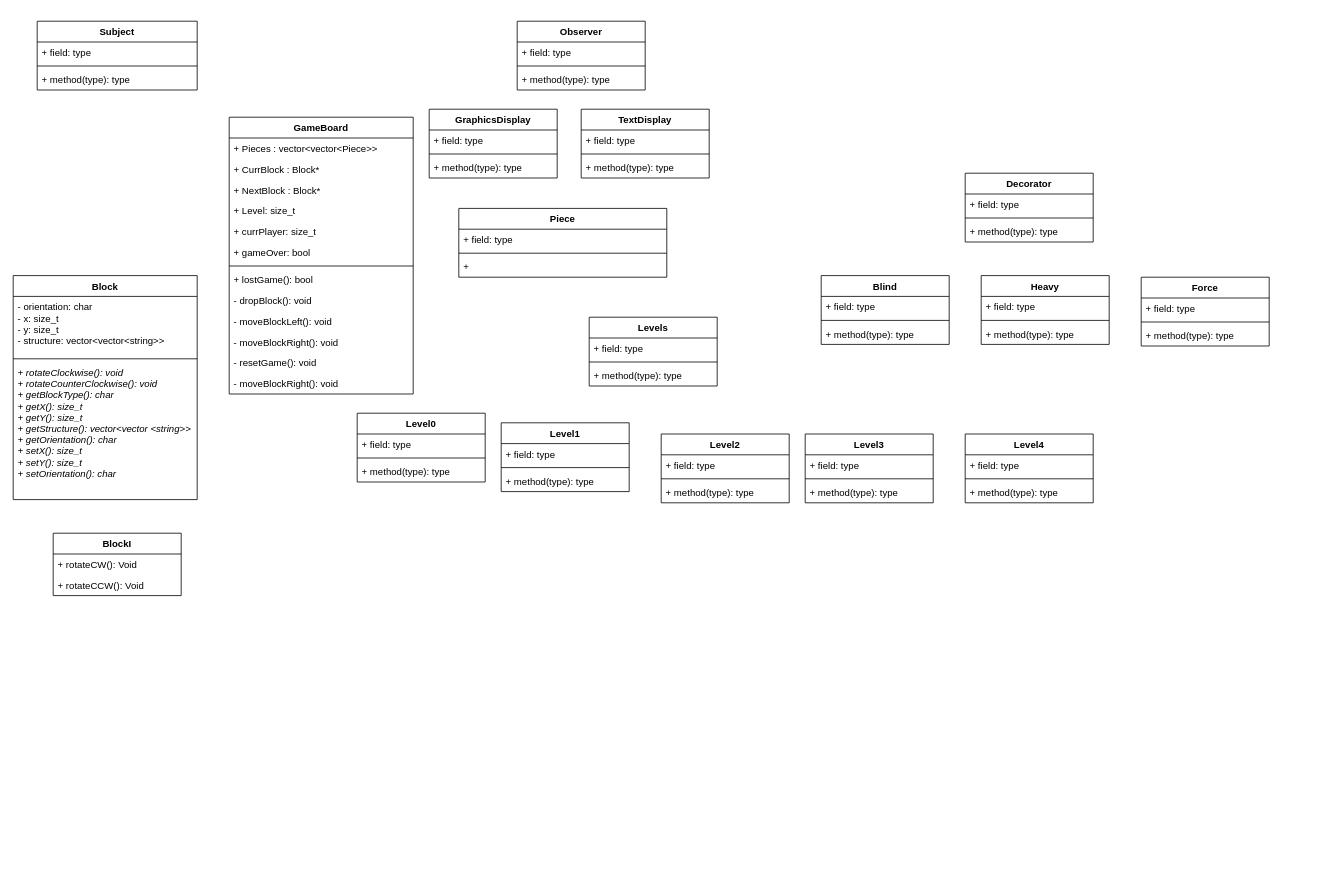
Before: UML.drawio in velomafinsights/biquadris, a draw.io diagram. Source tidied: cells renumbered, new cells numbered last; positions are measured from the earlier drawing's top-left corner, leaving out a move shared by most shapes. Both pictures are drawn from the tidied source at 80%, with x=0, y=0 at pixel (13, 21).
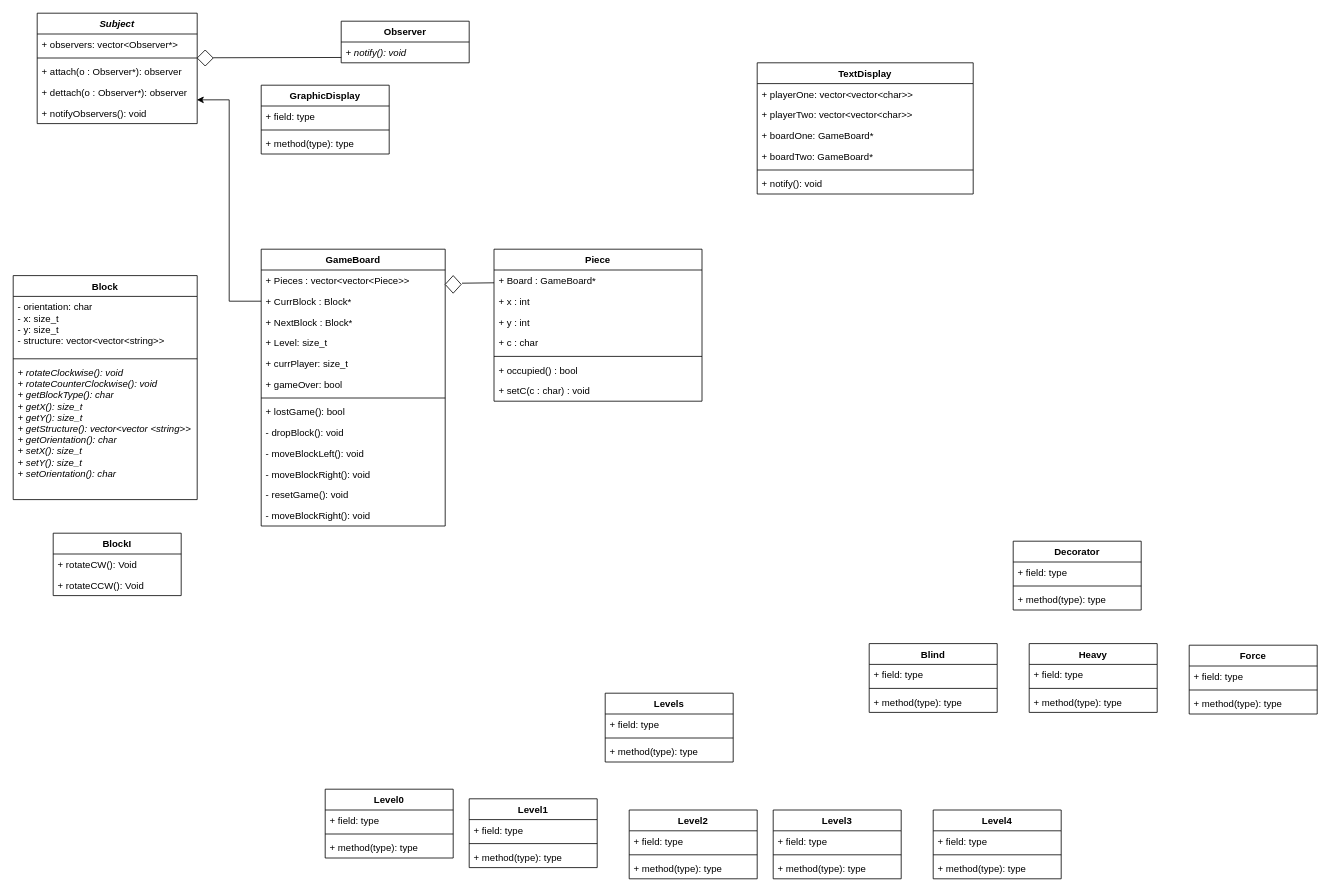
The same diagram, later.

The change refers to these unchanged cells:
```xml
<mxCell id="20" value="+ CurrBlock : Block*" style="text;strokeColor=none;fillColor=none;align=left;verticalAlign=top;spacingLeft=4;spacingRight=4;overflow=hidden;points=[[0,0.5],[1,0.5]];portConstraint=eastwest;" parent="18" vertex="1">
  <mxGeometry y="52" width="230" height="26" as="geometry" />
</mxCell>
```

Diff of the diagram source:
```diff
@@
-    <mxCell id="2" value="Subject" style="swimlane;fontStyle=1;align=center;verticalAlign=top;horizontal=1;startSize=26;" parent="1" vertex="1">
-      <mxGeometry x="30" width="200" height="86" as="geometry" />
+    <mxCell id="2" value="Subject" style="swimlane;fontStyle=3;align=center;verticalAlign=top;horizontal=1;startSize=26;" parent="1" vertex="1">
+      <mxGeometry x="30" y="-10" width="200" height="138" as="geometry" />
     </mxCell>
-    <mxCell id="3" value="+ field: type" style="text;strokeColor=none;fillColor=none;align=left;verticalAlign=top;spacingLeft=4;spacingRight=4;overflow=hidden;" parent="2" vertex="1">
+    <mxCell id="3" value="+ observers: vector&lt;Observer*&gt;" style="text;strokeColor=none;fillColor=none;align=left;verticalAlign=top;spacingLeft=4;spacingRight=4;overflow=hidden;" parent="2" vertex="1">
       <mxGeometry y="26" width="200" height="26" as="geometry" />
     </mxCell>
@@
-    <mxCell id="5" value="+ method(type): type" style="text;strokeColor=none;fillColor=none;align=left;verticalAlign=top;spacingLeft=4;spacingRight=4;overflow=hidden;" parent="2" vertex="1">
-      <mxGeometry y="60" width="200" height="26" as="geometry" />
-    </mxCell>
+    <mxCell id="83" value="+ attach(o : Observer*): observer" style="text;strokeColor=none;fillColor=none;align=left;verticalAlign=top;spacingLeft=4;spacingRight=4;overflow=hidden;" parent="2" vertex="1">
+      <mxGeometry y="60" width="200" height="26" as="geometry" />
+    </mxCell>
+    <mxCell id="84" value="+ dettach(o : Observer*): observer" style="text;strokeColor=none;fillColor=none;align=left;verticalAlign=top;spacingLeft=4;spacingRight=4;overflow=hidden;points=[[0,0.5],[1,0.5]];portConstraint=eastwest;" parent="2" vertex="1">
+      <mxGeometry y="86" width="200" height="26" as="geometry" />
+    </mxCell>
+    <mxCell id="85" value="+ notifyObservers(): void" style="text;strokeColor=none;fillColor=none;align=left;verticalAlign=top;spacingLeft=4;spacingRight=4;overflow=hidden;" parent="2" vertex="1">
+      <mxGeometry y="112" width="200" height="26" as="geometry" />
+    </mxCell>
     <mxCell id="6" value="Observer&#10;" style="swimlane;fontStyle=1;align=center;verticalAlign=top;horizontal=1;startSize=26;" parent="1" vertex="1">
-      <mxGeometry x="630" width="160" height="86" as="geometry" />
+      <mxGeometry x="410" width="160" height="52" as="geometry" />
     </mxCell>
-    <mxCell id="7" value="+ field: type" style="text;strokeColor=none;fillColor=none;align=left;verticalAlign=top;spacingLeft=4;spacingRight=4;overflow=hidden;" parent="6" vertex="1">
-      <mxGeometry y="26" width="160" height="26" as="geometry" />
-    </mxCell>
-    <mxCell id="8" style="line;strokeWidth=1;fillColor=none;align=left;verticalAlign=middle;spacingTop=-1;spacingLeft=3;spacingRight=3;labelPosition=right;strokeColor=inherit;" parent="6" vertex="1">
-      <mxGeometry y="52" width="160" height="8" as="geometry" />
-    </mxCell>
-    <mxCell id="9" value="+ method(type): type" style="text;strokeColor=none;fillColor=none;align=left;verticalAlign=top;spacingLeft=4;spacingRight=4;overflow=hidden;points=[[0,0.5],[1,0.5]];portConstraint=eastwest;" parent="6" vertex="1">
-      <mxGeometry y="60" width="160" height="26" as="geometry" />
+    <mxCell id="9" value="+ notify(): void" style="text;strokeColor=none;fillColor=none;align=left;verticalAlign=top;spacingLeft=4;spacingRight=4;overflow=hidden;points=[[0,0.5],[1,0.5]];portConstraint=eastwest;fontStyle=2;" parent="6" vertex="1">
+      <mxGeometry y="26" width="160" height="26" as="geometry" />
     </mxCell>
-    <mxCell id="10" value="GraphicsDisplay&#10;" style="swimlane;fontStyle=1;align=center;verticalAlign=top;horizontal=1;startSize=26;" parent="1" vertex="1">
-      <mxGeometry x="520" y="110" width="160" height="86" as="geometry" />
+    <mxCell id="10" value="GraphicDisplay&#10;" style="swimlane;fontStyle=1;align=center;verticalAlign=top;horizontal=1;startSize=26;" parent="1" vertex="1">
+      <mxGeometry x="310" y="80" width="160" height="86" as="geometry" />
     </mxCell>
@@
     <mxCell id="14" value="TextDisplay&#10;" style="swimlane;fontStyle=1;align=center;verticalAlign=top;horizontal=1;startSize=26;" parent="1" vertex="1">
-      <mxGeometry x="710" y="110" width="160" height="86" as="geometry" />
+      <mxGeometry x="930" y="52" width="270" height="164" as="geometry" />
     </mxCell>
-    <mxCell id="15" value="+ field: type" style="text;strokeColor=none;fillColor=none;align=left;verticalAlign=top;spacingLeft=4;spacingRight=4;overflow=hidden;" parent="14" vertex="1">
-      <mxGeometry y="26" width="160" height="26" as="geometry" />
+    <mxCell id="15" value="+ playerOne: vector&lt;vector&lt;char&gt;&gt;" style="text;strokeColor=none;fillColor=none;align=left;verticalAlign=top;spacingLeft=4;spacingRight=4;overflow=hidden;" parent="14" vertex="1">
+      <mxGeometry y="26" width="270" height="26" as="geometry" />
     </mxCell>
+    <mxCell id="86" value="+ playerTwo: vector&lt;vector&lt;char&gt;&gt;" style="text;strokeColor=none;fillColor=none;align=left;verticalAlign=top;spacingLeft=4;spacingRight=4;overflow=hidden;" parent="14" vertex="1">
+      <mxGeometry y="52" width="270" height="26" as="geometry" />
+    </mxCell>
+    <mxCell id="87" value="+ boardOne: GameBoard*" style="text;strokeColor=none;fillColor=none;align=left;verticalAlign=top;spacingLeft=4;spacingRight=4;overflow=hidden;" parent="14" vertex="1">
+      <mxGeometry y="78" width="270" height="26" as="geometry" />
+    </mxCell>
+    <mxCell id="88" value="+ boardTwo: GameBoard*" style="text;strokeColor=none;fillColor=none;align=left;verticalAlign=top;spacingLeft=4;spacingRight=4;overflow=hidden;" parent="14" vertex="1">
+      <mxGeometry y="104" width="270" height="26" as="geometry" />
+    </mxCell>
     <mxCell id="16" style="line;strokeWidth=1;fillColor=none;align=left;verticalAlign=middle;spacingTop=-1;spacingLeft=3;spacingRight=3;labelPosition=right;strokeColor=inherit;" parent="14" vertex="1">
-      <mxGeometry y="52" width="160" height="8" as="geometry" />
+      <mxGeometry y="130" width="270" height="8" as="geometry" />
     </mxCell>
-    <mxCell id="17" value="+ method(type): type" style="text;strokeColor=none;fillColor=none;align=left;verticalAlign=top;spacingLeft=4;spacingRight=4;overflow=hidden;" parent="14" vertex="1">
-      <mxGeometry y="60" width="160" height="26" as="geometry" />
+    <mxCell id="17" value="+ notify(): void" style="text;strokeColor=none;fillColor=none;align=left;verticalAlign=top;spacingLeft=4;spacingRight=4;overflow=hidden;" parent="14" vertex="1">
+      <mxGeometry y="138" width="270" height="26" as="geometry" />
     </mxCell>
     <mxCell id="18" value="GameBoard" style="swimlane;fontStyle=1;align=center;verticalAlign=top;horizontal=1;startSize=26;" parent="1" vertex="1">
-      <mxGeometry x="270" y="120" width="230" height="346" as="geometry" />
+      <mxGeometry x="310" y="285" width="230" height="346" as="geometry" />
     </mxCell>
@@
     <mxCell id="39" value="Levels" style="swimlane;fontStyle=1;align=center;verticalAlign=top;horizontal=1;startSize=26;" parent="1" vertex="1">
-      <mxGeometry x="720" y="370" width="160" height="86" as="geometry" />
+      <mxGeometry x="740" y="840" width="160" height="86" as="geometry" />
     </mxCell>
@@
     <mxCell id="43" value="Decorator&#10;" style="swimlane;fontStyle=1;align=center;verticalAlign=top;horizontal=1;startSize=26;" parent="1" vertex="1">
-      <mxGeometry x="1190" y="190" width="160" height="86" as="geometry" />
+      <mxGeometry x="1250" y="650" width="160" height="86" as="geometry" />
     </mxCell>
@@
     <mxCell id="47" value="Piece" style="swimlane;fontStyle=1;align=center;verticalAlign=top;horizontal=1;startSize=26;" parent="1" vertex="1">
-      <mxGeometry x="557" y="234" width="260" height="86" as="geometry" />
+      <mxGeometry x="601" y="285" width="260" height="190" as="geometry" />
     </mxCell>
-    <mxCell id="48" value="+ field: type" style="text;strokeColor=none;fillColor=none;align=left;verticalAlign=top;spacingLeft=4;spacingRight=4;overflow=hidden;" parent="47" vertex="1">
+    <mxCell id="48" value="+ Board : GameBoard*" style="text;strokeColor=none;fillColor=none;align=left;verticalAlign=top;spacingLeft=4;spacingRight=4;overflow=hidden;" parent="47" vertex="1">
       <mxGeometry y="26" width="260" height="26" as="geometry" />
     </mxCell>
+    <mxCell id="89" style="endArrow=none;html=1;rounded=0;" parent="47" edge="1">
+      <mxGeometry relative="1" as="geometry">
+        <mxPoint x="-40" y="42.5" as="sourcePoint" />
+        <mxPoint y="42" as="targetPoint" />
+      </mxGeometry>
+    </mxCell>
+    <mxCell id="90" value="+ x : int" style="text;strokeColor=none;fillColor=none;align=left;verticalAlign=top;spacingLeft=4;spacingRight=4;overflow=hidden;" parent="47" vertex="1">
+      <mxGeometry y="52" width="260" height="26" as="geometry" />
+    </mxCell>
+    <mxCell id="91" value="+ y : int" style="text;strokeColor=none;fillColor=none;align=left;verticalAlign=top;spacingLeft=4;spacingRight=4;overflow=hidden;" parent="47" vertex="1">
+      <mxGeometry y="78" width="260" height="26" as="geometry" />
+    </mxCell>
+    <mxCell id="92" value="+ c : char" style="text;strokeColor=none;fillColor=none;align=left;verticalAlign=top;spacingLeft=4;spacingRight=4;overflow=hidden;" parent="47" vertex="1">
+      <mxGeometry y="104" width="260" height="26" as="geometry" />
+    </mxCell>
     <mxCell id="49" style="line;strokeWidth=1;fillColor=none;align=left;verticalAlign=middle;spacingTop=-1;spacingLeft=3;spacingRight=3;labelPosition=right;strokeColor=inherit;" parent="47" vertex="1">
-      <mxGeometry y="52" width="260" height="8" as="geometry" />
+      <mxGeometry y="130" width="260" height="8" as="geometry" />
     </mxCell>
+    <mxCell id="93" value="+ occupied() : bool" style="text;strokeColor=none;fillColor=none;align=left;verticalAlign=top;spacingLeft=4;spacingRight=4;overflow=hidden;" parent="47" vertex="1">
+      <mxGeometry y="138" width="260" height="26" as="geometry" />
+    </mxCell>
-    <mxCell id="50" value="+ " style="text;strokeColor=none;fillColor=none;align=left;verticalAlign=top;spacingLeft=4;spacingRight=4;overflow=hidden;" parent="47" vertex="1">
-      <mxGeometry y="60" width="260" height="26" as="geometry" />
+    <mxCell id="50" value="+ setC(c : char) : void" style="text;strokeColor=none;fillColor=none;align=left;verticalAlign=top;spacingLeft=4;spacingRight=4;overflow=hidden;" parent="47" vertex="1">
+      <mxGeometry y="164" width="260" height="26" as="geometry" />
     </mxCell>
     <mxCell id="51" value="Level0" style="swimlane;fontStyle=1;align=center;verticalAlign=top;horizontal=1;startSize=26;" parent="1" vertex="1">
-      <mxGeometry x="430" y="490" width="160" height="86" as="geometry" />
+      <mxGeometry x="390" y="960" width="160" height="86" as="geometry" />
     </mxCell>
@@
     <mxCell id="55" value="Level1" style="swimlane;fontStyle=1;align=center;verticalAlign=top;horizontal=1;startSize=26;" parent="1" vertex="1">
-      <mxGeometry x="610" y="502" width="160" height="86" as="geometry" />
+      <mxGeometry x="570" y="972" width="160" height="86" as="geometry" />
     </mxCell>
@@
     <mxCell id="59" value="Level2" style="swimlane;fontStyle=1;align=center;verticalAlign=top;horizontal=1;startSize=26;" parent="1" vertex="1">
-      <mxGeometry x="810" y="516" width="160" height="86" as="geometry" />
+      <mxGeometry x="770" y="986" width="160" height="86" as="geometry" />
     </mxCell>
@@
     <mxCell id="63" value="Level3&#10;" style="swimlane;fontStyle=1;align=center;verticalAlign=top;horizontal=1;startSize=26;" parent="1" vertex="1">
-      <mxGeometry x="990" y="516" width="160" height="86" as="geometry" />
+      <mxGeometry x="950" y="986" width="160" height="86" as="geometry" />
     </mxCell>
@@
     <mxCell id="67" value="Level4&#10;" style="swimlane;fontStyle=1;align=center;verticalAlign=top;horizontal=1;startSize=26;" parent="1" vertex="1">
-      <mxGeometry x="1190" y="516" width="160" height="86" as="geometry" />
+      <mxGeometry x="1150" y="986" width="160" height="86" as="geometry" />
     </mxCell>
@@
     <mxCell id="71" value="Blind" style="swimlane;fontStyle=1;align=center;verticalAlign=top;horizontal=1;startSize=26;" parent="1" vertex="1">
-      <mxGeometry x="1010" y="318" width="160" height="86" as="geometry" />
+      <mxGeometry x="1070" y="778" width="160" height="86" as="geometry" />
     </mxCell>
@@
     <mxCell id="75" value="Force" style="swimlane;fontStyle=1;align=center;verticalAlign=top;horizontal=1;startSize=26;" parent="1" vertex="1">
-      <mxGeometry x="1410" y="320" width="160" height="86" as="geometry" />
+      <mxGeometry x="1470" y="780" width="160" height="86" as="geometry" />
     </mxCell>
@@
     <mxCell id="79" value="Heavy" style="swimlane;fontStyle=1;align=center;verticalAlign=top;horizontal=1;startSize=26;" parent="1" vertex="1">
-      <mxGeometry x="1210" y="318" width="160" height="86" as="geometry" />
+      <mxGeometry x="1270" y="778" width="160" height="86" as="geometry" />
     </mxCell>
@@
+    <mxCell id="94" style="rhombus;whiteSpace=wrap;html=1;" parent="1" vertex="1">
+      <mxGeometry x="230" y="36" width="20" height="20" as="geometry" />
+    </mxCell>
+    <mxCell id="95" style="endArrow=none;html=1;rounded=0;entryX=0;entryY=0.744;entryDx=0;entryDy=0;entryPerimeter=0;" parent="1" edge="1" target="9">
+      <mxGeometry relative="1" as="geometry">
+        <mxPoint x="250" y="45.7" as="sourcePoint" />
+      </mxGeometry>
+    </mxCell>
+    <mxCell id="96" style="edgeStyle=orthogonalEdgeStyle;rounded=0;jettySize=auto;html=1;exitX=0;exitY=0.5;exitDx=0;exitDy=0;entryX=0.998;entryY=0.858;entryDx=0;entryDy=0;entryPerimeter=0;" parent="1" edge="1" source="20" target="84">
+      <mxGeometry relative="1" as="geometry" />
+    </mxCell>
+    <mxCell id="97" style="rhombus;whiteSpace=wrap;html=1;" parent="1" vertex="1">
+      <mxGeometry x="540" y="318" width="20" height="22" as="geometry" />
+    </mxCell>
```
